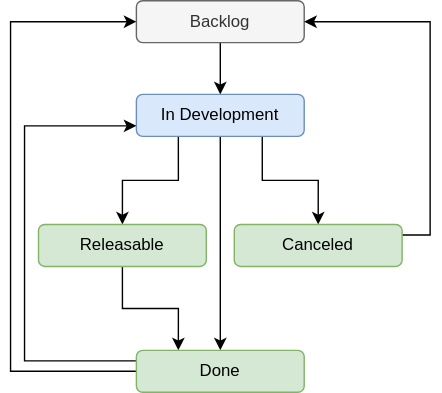
The draw.io diagram workflows/workflow-epic.drawio.svg in ksb-digital/.github, before a commit. Source tidied: cells renumbered, new cells last; positions are measured from the earlier drawing's top-left corner, leaving out a move shared by most shapes. The source it was exported from:
```xml
<mxGraphModel>
  <root>
    <mxCell id="0" />
    <mxCell id="1" parent="0" />
    <mxCell id="2" style="edgeStyle=orthogonalEdgeStyle;rounded=0;jettySize=auto;html=1;exitX=0.5;exitY=1;exitDx=0;exitDy=0;entryX=0.5;entryY=0;entryDx=0;entryDy=0;" parent="1" edge="1" source="3" target="7">
      <mxGeometry relative="1" as="geometry" />
    </mxCell>
    <mxCell id="3" value="Backlog" style="rounded=1;whiteSpace=wrap;html=1;fillColor=#f5f5f5;fontColor=#333333;strokeColor=#666666;" parent="1" vertex="1">
      <mxGeometry x="90" width="120" height="30" as="geometry" />
    </mxCell>
    <mxCell id="4" style="edgeStyle=orthogonalEdgeStyle;rounded=0;jettySize=auto;html=1;exitX=0.25;exitY=1;exitDx=0;exitDy=0;entryX=0.5;entryY=0;entryDx=0;entryDy=0;" parent="1" edge="1" source="7" target="9">
      <mxGeometry relative="1" as="geometry" />
    </mxCell>
    <mxCell id="5" style="edgeStyle=orthogonalEdgeStyle;rounded=0;jettySize=auto;html=1;exitX=0.75;exitY=1;exitDx=0;exitDy=0;entryX=0.5;entryY=0;entryDx=0;entryDy=0;" parent="1" edge="1" source="7" target="14">
      <mxGeometry relative="1" as="geometry" />
    </mxCell>
    <mxCell id="6" style="edgeStyle=orthogonalEdgeStyle;rounded=0;jettySize=auto;html=1;exitX=0.5;exitY=1;exitDx=0;exitDy=0;entryX=0.5;entryY=0;entryDx=0;entryDy=0;" parent="1" edge="1" source="7" target="12">
      <mxGeometry relative="1" as="geometry" />
    </mxCell>
    <mxCell id="7" value="In Development" style="rounded=1;whiteSpace=wrap;html=1;fillColor=#dae8fc;strokeColor=#6c8ebf;" parent="1" vertex="1">
      <mxGeometry x="90" y="67" width="120" height="30" as="geometry" />
    </mxCell>
    <mxCell id="8" style="edgeStyle=orthogonalEdgeStyle;rounded=0;jettySize=auto;html=1;exitX=0.5;exitY=1;exitDx=0;exitDy=0;entryX=0.25;entryY=0;entryDx=0;entryDy=0;" parent="1" edge="1" source="9" target="12">
      <mxGeometry relative="1" as="geometry" />
    </mxCell>
    <mxCell id="9" value="Releasable" style="rounded=1;whiteSpace=wrap;html=1;fillColor=#d5e8d4;strokeColor=#82b366;" parent="1" vertex="1">
      <mxGeometry x="20" y="160" width="120" height="30" as="geometry" />
    </mxCell>
    <mxCell id="10" style="edgeStyle=orthogonalEdgeStyle;rounded=0;jettySize=auto;html=1;exitX=0;exitY=0.25;exitDx=0;exitDy=0;entryX=0;entryY=0.75;entryDx=0;entryDy=0;" parent="1" edge="1" source="12" target="7">
      <mxGeometry relative="1" as="geometry">
        <Array as="points">
          <mxPoint x="10" y="258" />
          <mxPoint x="10" y="90" />
        </Array>
      </mxGeometry>
    </mxCell>
    <mxCell id="11" style="edgeStyle=orthogonalEdgeStyle;rounded=0;jettySize=auto;html=1;exitX=0;exitY=0.5;exitDx=0;exitDy=0;entryX=0;entryY=0.5;entryDx=0;entryDy=0;" parent="1" edge="1" source="12" target="3">
      <mxGeometry relative="1" as="geometry">
        <Array as="points">
          <mxPoint y="265" />
          <mxPoint y="15" />
        </Array>
      </mxGeometry>
    </mxCell>
    <mxCell id="12" value="Done" style="rounded=1;whiteSpace=wrap;html=1;fillColor=#d5e8d4;strokeColor=#82b366;" parent="1" vertex="1">
      <mxGeometry x="90" y="250" width="120" height="30" as="geometry" />
    </mxCell>
    <mxCell id="13" style="edgeStyle=orthogonalEdgeStyle;rounded=0;jettySize=auto;html=1;exitX=1;exitY=0.25;exitDx=0;exitDy=0;entryX=1;entryY=0.5;entryDx=0;entryDy=0;" parent="1" edge="1" source="14" target="3">
      <mxGeometry relative="1" as="geometry" />
    </mxCell>
    <mxCell id="14" value="Canceled" style="rounded=1;whiteSpace=wrap;html=1;fillColor=#d5e8d4;strokeColor=#82b366;" parent="1" vertex="1">
      <mxGeometry x="160" y="160" width="120" height="30" as="geometry" />
    </mxCell>
  </root>
</mxGraphModel>
```
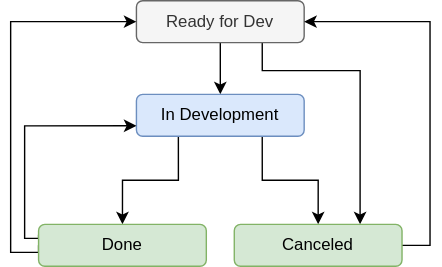
Above is the later version.

Commit message:
docs: remove backlog stage

Change to the diagram source:
```diff
@@ -5,31 +5,31 @@
     <mxCell id="2" style="edgeStyle=orthogonalEdgeStyle;rounded=0;jettySize=auto;html=1;exitX=0.5;exitY=1;exitDx=0;exitDy=0;entryX=0.5;entryY=0;entryDx=0;entryDy=0;" parent="1" edge="1" source="3" target="7">
       <mxGeometry relative="1" as="geometry" />
     </mxCell>
+    <mxCell id="15" style="edgeStyle=orthogonalEdgeStyle;rounded=0;jettySize=auto;html=1;exitX=0.75;exitY=1;exitDx=0;exitDy=0;entryX=0.75;entryY=0;entryDx=0;entryDy=0;" parent="1" edge="1" source="3" target="14">
+      <mxGeometry relative="1" as="geometry">
+        <Array as="points">
+          <mxPoint x="180" y="50" />
+          <mxPoint x="250" y="50" />
+        </Array>
+      </mxGeometry>
+    </mxCell>
-    <mxCell id="3" value="Backlog" style="rounded=1;whiteSpace=wrap;html=1;fillColor=#f5f5f5;fontColor=#333333;strokeColor=#666666;" parent="1" vertex="1">
+    <mxCell id="3" value="Ready for Dev" style="rounded=1;whiteSpace=wrap;html=1;fillColor=#f5f5f5;fontColor=#333333;strokeColor=#666666;" parent="1" vertex="1">
       <mxGeometry x="90" width="120" height="30" as="geometry" />
     </mxCell>
-    <mxCell id="4" style="edgeStyle=orthogonalEdgeStyle;rounded=0;jettySize=auto;html=1;exitX=0.25;exitY=1;exitDx=0;exitDy=0;entryX=0.5;entryY=0;entryDx=0;entryDy=0;" parent="1" edge="1" source="7" target="9">
-      <mxGeometry relative="1" as="geometry" />
-    </mxCell>
     <mxCell id="5" style="edgeStyle=orthogonalEdgeStyle;rounded=0;jettySize=auto;html=1;exitX=0.75;exitY=1;exitDx=0;exitDy=0;entryX=0.5;entryY=0;entryDx=0;entryDy=0;" parent="1" edge="1" source="7" target="14">
       <mxGeometry relative="1" as="geometry" />
     </mxCell>
-    <mxCell id="6" style="edgeStyle=orthogonalEdgeStyle;rounded=0;jettySize=auto;html=1;exitX=0.5;exitY=1;exitDx=0;exitDy=0;entryX=0.5;entryY=0;entryDx=0;entryDy=0;" parent="1" edge="1" source="7" target="12">
+    <mxCell id="6" style="edgeStyle=orthogonalEdgeStyle;rounded=0;jettySize=auto;html=1;exitX=0.25;exitY=1;exitDx=0;exitDy=0;entryX=0.5;entryY=0;entryDx=0;entryDy=0;" parent="1" edge="1" source="7" target="12">
       <mxGeometry relative="1" as="geometry" />
     </mxCell>
     <mxCell id="7" value="In Development" style="rounded=1;whiteSpace=wrap;html=1;fillColor=#dae8fc;strokeColor=#6c8ebf;" parent="1" vertex="1">
       <mxGeometry x="90" y="67" width="120" height="30" as="geometry" />
     </mxCell>
-    <mxCell id="8" style="edgeStyle=orthogonalEdgeStyle;rounded=0;jettySize=auto;html=1;exitX=0.5;exitY=1;exitDx=0;exitDy=0;entryX=0.25;entryY=0;entryDx=0;entryDy=0;" parent="1" edge="1" source="9" target="12">
-      <mxGeometry relative="1" as="geometry" />
-    </mxCell>
-    <mxCell id="9" value="Releasable" style="rounded=1;whiteSpace=wrap;html=1;fillColor=#d5e8d4;strokeColor=#82b366;" parent="1" vertex="1">
-      <mxGeometry x="20" y="160" width="120" height="30" as="geometry" />
-    </mxCell>
     <mxCell id="10" style="edgeStyle=orthogonalEdgeStyle;rounded=0;jettySize=auto;html=1;exitX=0;exitY=0.25;exitDx=0;exitDy=0;entryX=0;entryY=0.75;entryDx=0;entryDy=0;" parent="1" edge="1" source="12" target="7">
       <mxGeometry relative="1" as="geometry">
         <Array as="points">
-          <mxPoint x="10" y="258" />
+          <mxPoint x="20" y="170" />
+          <mxPoint x="10" y="170" />
           <mxPoint x="10" y="90" />
         </Array>
       </mxGeometry>
@@ -37,15 +37,16 @@
     <mxCell id="11" style="edgeStyle=orthogonalEdgeStyle;rounded=0;jettySize=auto;html=1;exitX=0;exitY=0.5;exitDx=0;exitDy=0;entryX=0;entryY=0.5;entryDx=0;entryDy=0;" parent="1" edge="1" source="12" target="3">
       <mxGeometry relative="1" as="geometry">
         <Array as="points">
-          <mxPoint y="265" />
+          <mxPoint x="20" y="180" />
+          <mxPoint y="180" />
           <mxPoint y="15" />
         </Array>
       </mxGeometry>
     </mxCell>
     <mxCell id="12" value="Done" style="rounded=1;whiteSpace=wrap;html=1;fillColor=#d5e8d4;strokeColor=#82b366;" parent="1" vertex="1">
-      <mxGeometry x="90" y="250" width="120" height="30" as="geometry" />
+      <mxGeometry x="20" y="160" width="120" height="30" as="geometry" />
     </mxCell>
-    <mxCell id="13" style="edgeStyle=orthogonalEdgeStyle;rounded=0;jettySize=auto;html=1;exitX=1;exitY=0.25;exitDx=0;exitDy=0;entryX=1;entryY=0.5;entryDx=0;entryDy=0;" parent="1" edge="1" source="14" target="3">
+    <mxCell id="13" style="edgeStyle=orthogonalEdgeStyle;rounded=0;jettySize=auto;html=1;exitX=1;exitY=0.5;exitDx=0;exitDy=0;entryX=1;entryY=0.5;entryDx=0;entryDy=0;" parent="1" edge="1" source="14" target="3">
       <mxGeometry relative="1" as="geometry" />
     </mxCell>
     <mxCell id="14" value="Canceled" style="rounded=1;whiteSpace=wrap;html=1;fillColor=#d5e8d4;strokeColor=#82b366;" parent="1" vertex="1">
```
